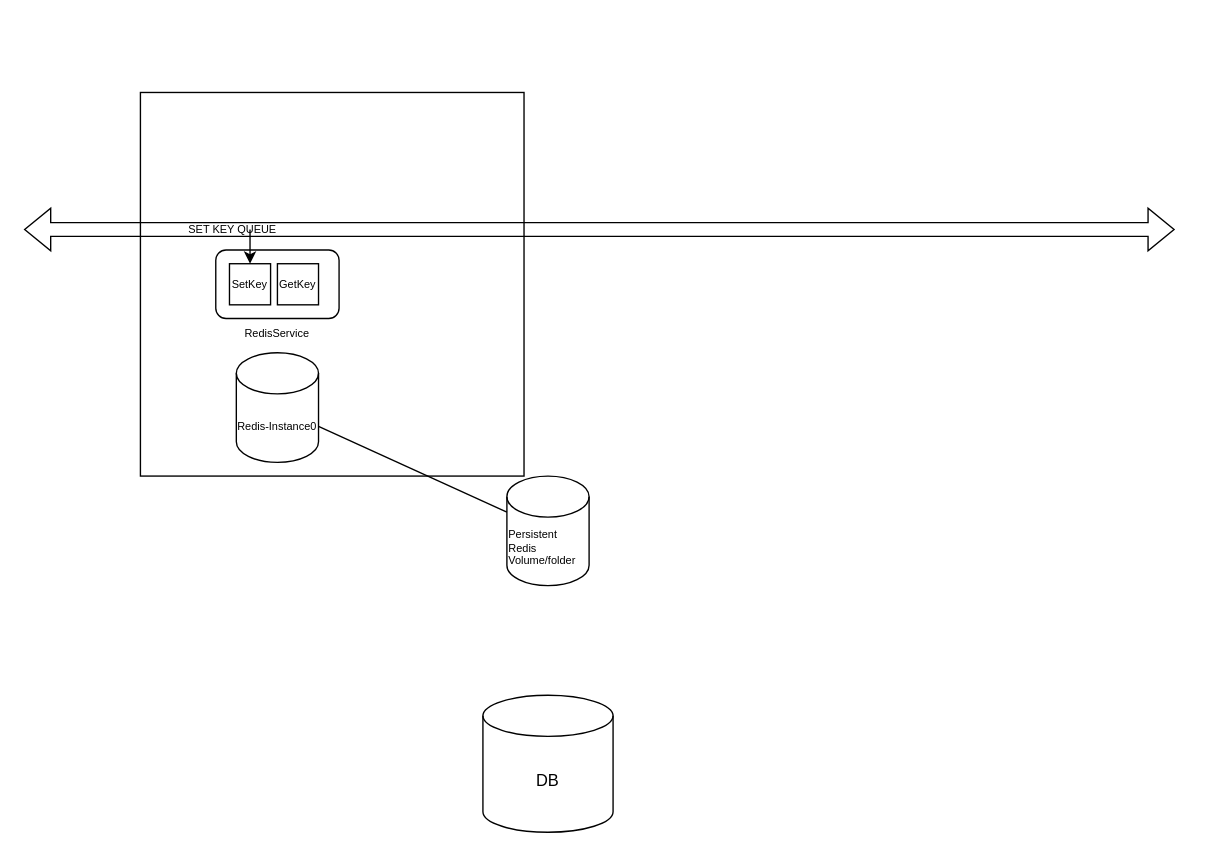
Before: Data/Untitled Diagram.drawio in grumpycornball/SystemDesign, a draw.io diagram. Source tidied: cells renumbered, new cells numbered last; positions are measured from the earlier drawing's top-left corner, leaving out a move shared by most shapes. Both pictures are drawn from the tidied source at 137%, with x=0, y=0 at pixel (23, 92).
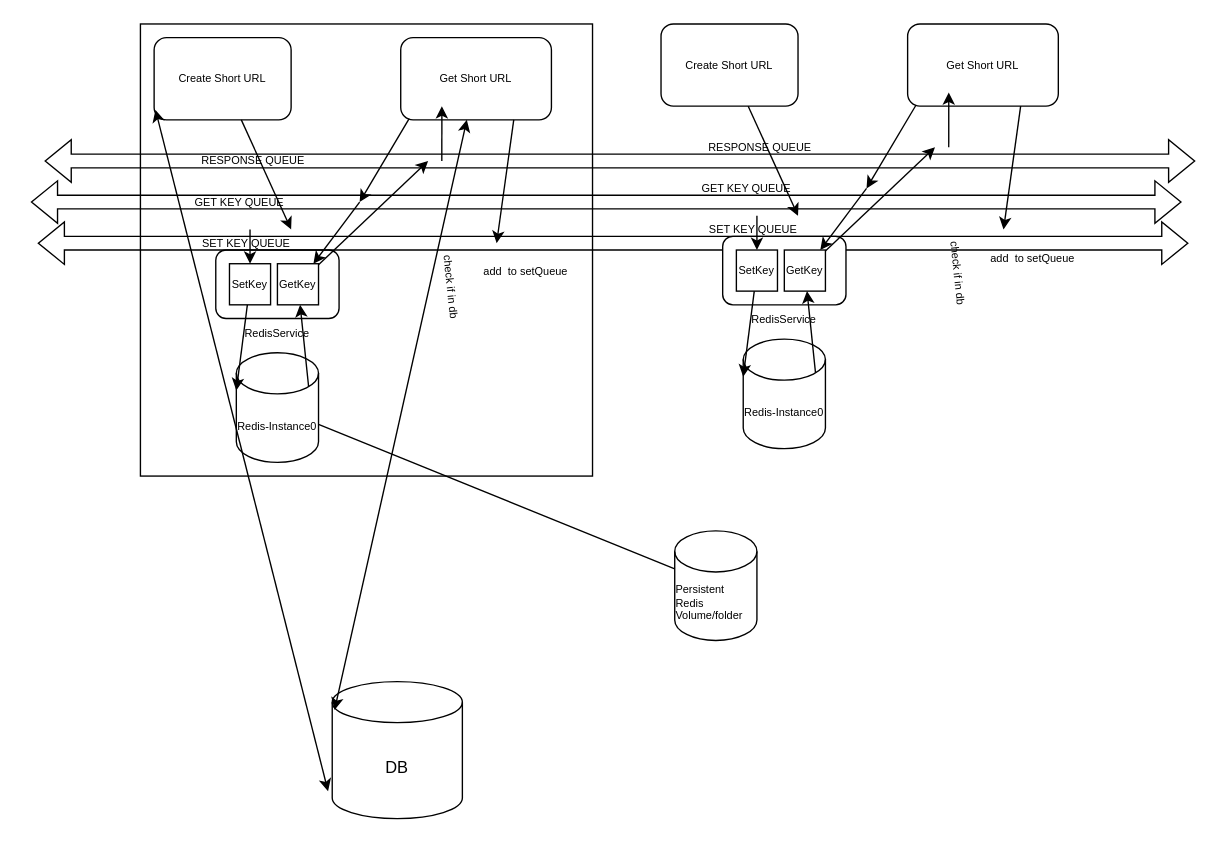
The same page after the edit.

The change refers to these unchanged cells:
```xml
<mxCell id="4" value="&lt;font style=&quot;font-size: 8px&quot;&gt;Redis-Instance0&lt;/font&gt;" style="shape=cylinder3;whiteSpace=wrap;html=1;boundedLbl=1;backgroundOutline=1;size=15;" parent="1" vertex="1">
  <mxGeometry x="155" y="190" width="60" height="80" as="geometry" />
</mxCell>
<mxCell id="6" value="SetKey" style="whiteSpace=wrap;html=1;fontSize=8;" parent="1" vertex="1">
  <mxGeometry x="150" y="125" width="30" height="30" as="geometry" />
</mxCell>
<mxCell id="7" value="GetKey" style="whiteSpace=wrap;html=1;fontSize=8;" parent="1" vertex="1">
  <mxGeometry x="185" y="125" width="30" height="30" as="geometry" />
</mxCell>
```

Diff of the diagram source:
```diff
@@
     <mxCell id="2" value="DB" style="shape=cylinder3;whiteSpace=wrap;html=1;boundedLbl=1;backgroundOutline=1;size=15;" parent="1" vertex="1">
-      <mxGeometry x="335" y="440" width="95" height="100" as="geometry" />
+      <mxGeometry x="225" y="430" width="95" height="100" as="geometry" />
     </mxCell>
     <mxCell id="3" style="whiteSpace=wrap;html=1;" parent="1" vertex="1">
-      <mxGeometry x="85" width="280" height="280" as="geometry" />
+      <mxGeometry x="85" y="-50" width="330" height="330" as="geometry" />
     </mxCell>
@@
     <mxCell id="8" value="&lt;div align=&quot;justify&quot;&gt;Persistent Redis&lt;/div&gt;&lt;div align=&quot;justify&quot;&gt;Volume/folder&lt;/div&gt;" style="shape=cylinder3;whiteSpace=wrap;html=1;boundedLbl=1;backgroundOutline=1;size=15;fontSize=8;" parent="1" vertex="1">
-      <mxGeometry x="352.5" y="280" width="60" height="80" as="geometry" />
+      <mxGeometry x="475" y="320" width="60" height="80" as="geometry" />
     </mxCell>
@@
     <mxCell id="10" style="shape=flexArrow;endArrow=classic;startArrow=classic;html=1;rounded=0;fontSize=8;" parent="1" edge="1">
       <mxGeometry relative="1" as="geometry">
-        <mxPoint y="100" as="sourcePoint" />
-        <mxPoint x="840" y="100" as="targetPoint" />
+        <mxPoint x="5" y="80" as="sourcePoint" />
+        <mxPoint x="845" y="80" as="targetPoint" />
       </mxGeometry>
     </mxCell>
-    <mxCell id="11" value="SET KEY QUEUE" style="edgeLabel;html=1;align=center;verticalAlign=middle;fontSize=8;labelBackgroundColor=none;" parent="10" vertex="1">
+    <mxCell id="11" value="GET KEY QUEUE" style="edgeLabel;html=1;align=center;verticalAlign=middle;fontSize=8;labelBackgroundColor=none;" parent="10" vertex="1">
       <mxGeometry x="-0.64" y="1" relative="1" as="geometry" />
     </mxCell>
+    <mxCell id="13" value="GET KEY QUEUE" style="edgeLabel;html=1;align=center;verticalAlign=middle;fontSize=8;labelBackgroundColor=none;" parent="10" vertex="1">
+      <mxGeometry x="-0.64" y="1" relative="1" as="geometry">
+        <mxPoint x="370" y="-10" as="offset" />
+      </mxGeometry>
+    </mxCell>
@@
+    <mxCell id="14" value="&lt;div align=&quot;center&quot;&gt;Create Short URL&lt;br&gt;&lt;/div&gt;" style="rounded=1;whiteSpace=wrap;html=1;labelBackgroundColor=none;fontSize=8;labelPosition=center;verticalLabelPosition=middle;align=center;verticalAlign=middle;" parent="1" vertex="1">
+      <mxGeometry x="95" y="-40" width="100" height="60" as="geometry" />
+    </mxCell>
+    <mxCell id="15" style="endArrow=classic;html=1;rounded=0;fontSize=8;entryX=0;entryY=0;entryDx=0;entryDy=27.5;entryPerimeter=0;" parent="1" edge="1" source="6" target="4">
+      <mxGeometry relative="1" as="geometry" />
+    </mxCell>
+    <mxCell id="16" style="endArrow=classic;html=1;rounded=0;fontSize=8;exitX=0.879;exitY=0.306;exitDx=0;exitDy=0;exitPerimeter=0;" parent="1" edge="1" source="4" target="7">
+      <mxGeometry relative="1" as="geometry" />
+    </mxCell>
+    <mxCell id="17" value="Get Short URL" style="rounded=1;whiteSpace=wrap;html=1;labelBackgroundColor=none;fontSize=8;labelPosition=center;verticalLabelPosition=middle;align=center;verticalAlign=middle;" parent="1" vertex="1">
+      <mxGeometry x="275" y="-40" width="110" height="60" as="geometry" />
+    </mxCell>
+    <mxCell id="18" style="endArrow=classic;startArrow=classic;html=1;rounded=0;fontSize=8;exitX=0.018;exitY=0.207;exitDx=0;exitDy=0;exitPerimeter=0;" parent="1" edge="1" source="2" target="17">
+      <mxGeometry relative="1" as="geometry" />
+    </mxCell>
+    <mxCell id="19" value="check if in db" style="edgeLabel;html=1;align=center;verticalAlign=middle;fontSize=8;rotation=84;" parent="18" vertex="1">
+      <mxGeometry x="0.49" y="-3" relative="1" as="geometry">
+        <mxPoint x="11" y="11" as="offset" />
+      </mxGeometry>
+    </mxCell>
+    <mxCell id="20" value="check if in db" style="edgeLabel;html=1;align=center;verticalAlign=middle;fontSize=8;rotation=84;" parent="18" vertex="1">
+      <mxGeometry x="0.49" y="-3" relative="1" as="geometry">
+        <mxPoint x="381" y="1" as="offset" />
+      </mxGeometry>
+    </mxCell>
+    <mxCell id="21" value="add&amp;nbsp; to setQueue" style="endArrow=classic;html=1;rounded=0;fontSize=8;exitX=0.75;exitY=1;exitDx=0;exitDy=0;" parent="1" edge="1" source="17">
+      <mxGeometry x="1" y="22" relative="1" as="geometry">
+        <mxPoint x="345" y="110" as="targetPoint" />
+        <mxPoint x="-1" y="18" as="offset" />
+      </mxGeometry>
+    </mxCell>
+    <mxCell id="22" style="endArrow=classic;startArrow=classic;html=1;rounded=0;fontSize=8;exitX=0.01;exitY=0.878;exitDx=0;exitDy=0;exitPerimeter=0;entryX=-0.032;entryY=0.8;entryDx=0;entryDy=0;entryPerimeter=0;" parent="1" edge="1" source="14" target="2">
+      <mxGeometry relative="1" as="geometry" />
+    </mxCell>
+    <mxCell id="23" style="endArrow=classic;html=1;rounded=0;fontSize=8;" parent="1" edge="1" source="14">
+      <mxGeometry relative="1" as="geometry">
+        <mxPoint x="195" y="100" as="targetPoint" />
+      </mxGeometry>
+    </mxCell>
+    <mxCell id="24" style="shape=flexArrow;endArrow=classic;startArrow=classic;html=1;rounded=0;fontSize=8;" parent="1" edge="1">
+      <mxGeometry relative="1" as="geometry">
+        <mxPoint x="10" y="110" as="sourcePoint" />
+        <mxPoint x="850" y="110" as="targetPoint" />
+      </mxGeometry>
+    </mxCell>
+    <mxCell id="25" value="SET KEY QUEUE" style="edgeLabel;html=1;align=center;verticalAlign=middle;fontSize=8;labelBackgroundColor=none;" parent="24" vertex="1">
+      <mxGeometry x="-0.64" y="1" relative="1" as="geometry" />
+    </mxCell>
+    <mxCell id="26" value="SET KEY QUEUE" style="edgeLabel;html=1;align=center;verticalAlign=middle;fontSize=8;labelBackgroundColor=none;" parent="24" vertex="1">
+      <mxGeometry x="-0.64" y="1" relative="1" as="geometry">
+        <mxPoint x="370" y="-10" as="offset" />
+      </mxGeometry>
+    </mxCell>
+    <mxCell id="27" style="endArrow=classic;html=1;rounded=0;labelBorderColor=none;fontSize=8;fontColor=default;" parent="1" edge="1" target="7">
+      <mxGeometry relative="1" as="geometry">
+        <mxPoint x="245" y="80" as="sourcePoint" />
+      </mxGeometry>
+    </mxCell>
+    <mxCell id="28" style="shape=flexArrow;endArrow=classic;startArrow=classic;html=1;rounded=0;fontSize=8;" parent="1" edge="1">
+      <mxGeometry relative="1" as="geometry">
+        <mxPoint x="15" y="50" as="sourcePoint" />
+        <mxPoint x="855" y="50" as="targetPoint" />
+      </mxGeometry>
+    </mxCell>
+    <mxCell id="29" value="RESPONSE QUEUE" style="edgeLabel;html=1;align=center;verticalAlign=middle;fontSize=8;labelBackgroundColor=none;" parent="28" vertex="1">
+      <mxGeometry x="-0.64" y="1" relative="1" as="geometry" />
+    </mxCell>
+    <mxCell id="30" value="RESPONSE QUEUE" style="edgeLabel;html=1;align=center;verticalAlign=middle;fontSize=8;labelBackgroundColor=none;" parent="28" vertex="1">
+      <mxGeometry x="-0.64" y="1" relative="1" as="geometry">
+        <mxPoint x="370" y="-10" as="offset" />
+      </mxGeometry>
+    </mxCell>
+    <mxCell id="31" style="endArrow=classic;html=1;rounded=0;labelBorderColor=none;fontSize=8;fontColor=default;exitX=0.056;exitY=0.986;exitDx=0;exitDy=0;exitPerimeter=0;" parent="1" edge="1" source="17">
+      <mxGeometry relative="1" as="geometry">
+        <mxPoint x="245" y="80" as="targetPoint" />
+      </mxGeometry>
+    </mxCell>
+    <mxCell id="32" style="endArrow=classic;html=1;rounded=0;labelBorderColor=none;fontSize=8;fontColor=default;" parent="1" edge="1" source="7">
+      <mxGeometry relative="1" as="geometry">
+        <mxPoint x="295" y="50" as="targetPoint" />
+      </mxGeometry>
+    </mxCell>
+    <mxCell id="33" style="endArrow=classic;html=1;rounded=0;labelBorderColor=none;fontSize=8;fontColor=default;entryX=0.273;entryY=0.833;entryDx=0;entryDy=0;entryPerimeter=0;" parent="1" edge="1" target="17">
+      <mxGeometry relative="1" as="geometry">
+        <mxPoint x="305" y="50" as="sourcePoint" />
+      </mxGeometry>
+    </mxCell>
+    <mxCell id="34" value="&lt;font style=&quot;font-size: 8px&quot;&gt;Redis-Instance0&lt;/font&gt;" style="shape=cylinder3;whiteSpace=wrap;html=1;boundedLbl=1;backgroundOutline=1;size=15;" parent="1" vertex="1">
+      <mxGeometry x="525" y="180" width="60" height="80" as="geometry" />
+    </mxCell>
+    <mxCell id="35" value="&lt;div align=&quot;center&quot;&gt;RedisService&lt;/div&gt;" style="rounded=1;whiteSpace=wrap;html=1;fontSize=8;align=center;labelPosition=center;verticalLabelPosition=bottom;verticalAlign=top;" parent="1" vertex="1">
+      <mxGeometry x="510" y="105" width="90" height="50" as="geometry" />
+    </mxCell>
+    <mxCell id="36" value="SetKey" style="whiteSpace=wrap;html=1;fontSize=8;" parent="1" vertex="1">
+      <mxGeometry x="520" y="115" width="30" height="30" as="geometry" />
+    </mxCell>
+    <mxCell id="37" value="GetKey" style="whiteSpace=wrap;html=1;fontSize=8;" parent="1" vertex="1">
+      <mxGeometry x="555" y="115" width="30" height="30" as="geometry" />
+    </mxCell>
+    <mxCell id="38" style="endArrow=classic;html=1;rounded=0;fontSize=8;" parent="1" edge="1" target="36">
+      <mxGeometry relative="1" as="geometry">
+        <mxPoint x="535" y="90" as="sourcePoint" />
+      </mxGeometry>
+    </mxCell>
+    <mxCell id="39" value="&lt;div align=&quot;center&quot;&gt;Create Short URL&lt;br&gt;&lt;/div&gt;" style="rounded=1;whiteSpace=wrap;html=1;labelBackgroundColor=none;fontSize=8;labelPosition=center;verticalLabelPosition=middle;align=center;verticalAlign=middle;" parent="1" vertex="1">
+      <mxGeometry x="465" y="-50" width="100" height="60" as="geometry" />
+    </mxCell>
+    <mxCell id="40" style="endArrow=classic;html=1;rounded=0;fontSize=8;entryX=0;entryY=0;entryDx=0;entryDy=27.5;entryPerimeter=0;" parent="1" edge="1" source="36" target="34">
+      <mxGeometry relative="1" as="geometry" />
+    </mxCell>
+    <mxCell id="41" style="endArrow=classic;html=1;rounded=0;fontSize=8;exitX=0.879;exitY=0.306;exitDx=0;exitDy=0;exitPerimeter=0;" parent="1" edge="1" source="34" target="37">
+      <mxGeometry relative="1" as="geometry" />
+    </mxCell>
+    <mxCell id="42" value="Get Short URL" style="rounded=1;whiteSpace=wrap;html=1;labelBackgroundColor=none;fontSize=8;labelPosition=center;verticalLabelPosition=middle;align=center;verticalAlign=middle;" parent="1" vertex="1">
+      <mxGeometry x="645" y="-50" width="110" height="60" as="geometry" />
+    </mxCell>
+    <mxCell id="43" value="add&amp;nbsp; to setQueue" style="endArrow=classic;html=1;rounded=0;fontSize=8;exitX=0.75;exitY=1;exitDx=0;exitDy=0;" parent="1" edge="1" source="42">
+      <mxGeometry x="1" y="22" relative="1" as="geometry">
+        <mxPoint x="715" y="100" as="targetPoint" />
+        <mxPoint x="-1" y="18" as="offset" />
+      </mxGeometry>
+    </mxCell>
+    <mxCell id="44" style="endArrow=classic;html=1;rounded=0;fontSize=8;" parent="1" edge="1" source="39">
+      <mxGeometry relative="1" as="geometry">
+        <mxPoint x="565" y="90" as="targetPoint" />
+      </mxGeometry>
+    </mxCell>
+    <mxCell id="45" style="endArrow=classic;html=1;rounded=0;labelBorderColor=none;fontSize=8;fontColor=default;" parent="1" edge="1" target="37">
+      <mxGeometry relative="1" as="geometry">
+        <mxPoint x="615" y="70" as="sourcePoint" />
+      </mxGeometry>
+    </mxCell>
+    <mxCell id="46" style="endArrow=classic;html=1;rounded=0;labelBorderColor=none;fontSize=8;fontColor=default;exitX=0.056;exitY=0.986;exitDx=0;exitDy=0;exitPerimeter=0;" parent="1" edge="1" source="42">
+      <mxGeometry relative="1" as="geometry">
+        <mxPoint x="615" y="70" as="targetPoint" />
+      </mxGeometry>
+    </mxCell>
+    <mxCell id="47" style="endArrow=classic;html=1;rounded=0;labelBorderColor=none;fontSize=8;fontColor=default;" parent="1" edge="1" source="37">
+      <mxGeometry relative="1" as="geometry">
+        <mxPoint x="665" y="40" as="targetPoint" />
+      </mxGeometry>
+    </mxCell>
+    <mxCell id="48" style="endArrow=classic;html=1;rounded=0;labelBorderColor=none;fontSize=8;fontColor=default;entryX=0.273;entryY=0.833;entryDx=0;entryDy=0;entryPerimeter=0;" parent="1" edge="1" target="42">
+      <mxGeometry relative="1" as="geometry">
+        <mxPoint x="675" y="40" as="sourcePoint" />
+      </mxGeometry>
+    </mxCell>
```
